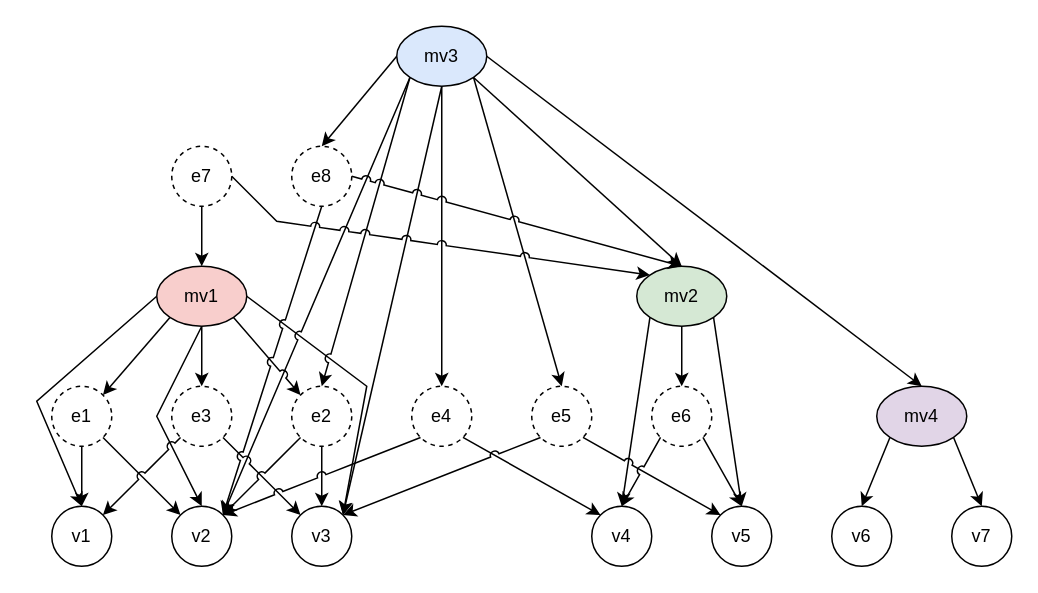
The draw.io diagram page "doli" (2 of 2) of FlattedMG_Simple.drawio in DMfananddu/MAG_Diploma, before the edit. Source tidied: cells renumbered, new cells numbered last; positions are measured from the earlier drawing's top-left corner, leaving out a move shared by most shapes. Both pictures are drawn from the tidied source at 150%, with x=0, y=0 at pixel (36, 26).
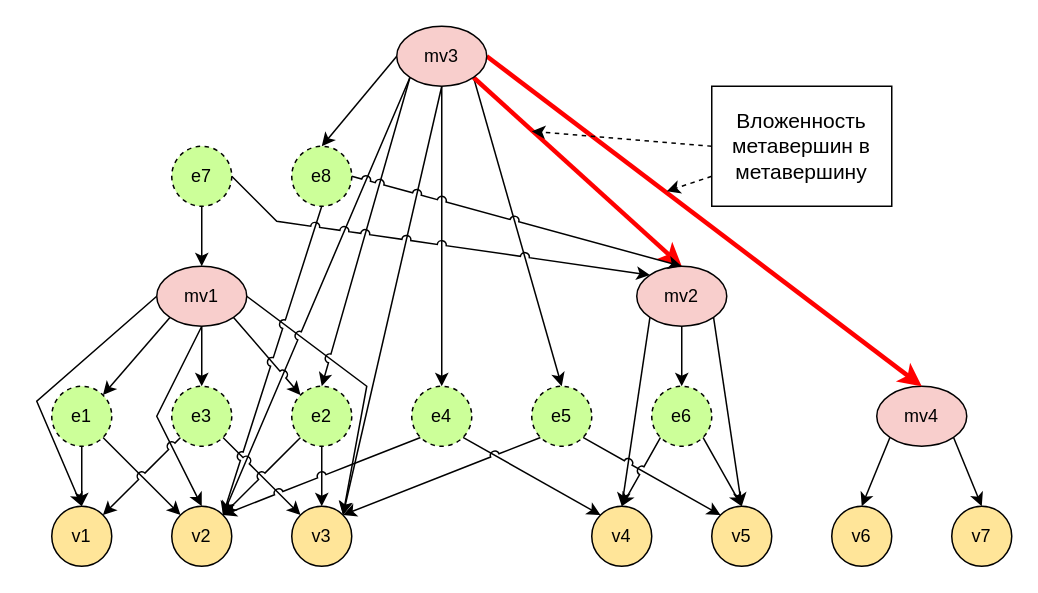
After the change.

The edit, as a diff of the source:
```diff
@@
-    <mxCell id="7" value="v1" style="ellipse;whiteSpace=wrap;html=1;fillColor=none;" parent="1" vertex="1">
+    <mxCell id="7" value="v1" style="ellipse;whiteSpace=wrap;html=1;fillColor=#FFE599;" parent="1" vertex="1">
       <mxGeometry x="10" y="320" width="40" height="40" as="geometry" />
     </mxCell>
@@
-    <mxCell id="9" value="e7" style="ellipse;whiteSpace=wrap;html=1;fillColor=none;dashed=1;" parent="1" vertex="1">
+    <mxCell id="9" value="e7" style="ellipse;whiteSpace=wrap;html=1;fillColor=#CCFF99;dashed=1;" parent="1" vertex="1">
       <mxGeometry x="90" y="80" width="40" height="40" as="geometry" />
     </mxCell>
@@
-    <mxCell id="12" value="mv4" style="ellipse;whiteSpace=wrap;html=1;fillColor=#e1d5e7;strokeColor=#000000;" parent="1" vertex="1">
+    <mxCell id="12" value="mv4" style="ellipse;whiteSpace=wrap;html=1;fillColor=#F8CECC;strokeColor=#000000;" parent="1" vertex="1">
       <mxGeometry x="560" y="240" width="60" height="40" as="geometry" />
     </mxCell>
@@
-    <mxCell id="17" style="edgeStyle=none;rounded=0;jumpStyle=arc;jettySize=auto;html=1;exitX=1;exitY=0.5;exitDx=0;exitDy=0;entryX=0.5;entryY=0;entryDx=0;entryDy=0;" parent="1" edge="1" source="20" target="12">
+    <mxCell id="17" style="edgeStyle=none;rounded=0;jumpStyle=arc;jettySize=auto;html=1;exitX=1;exitY=0.5;exitDx=0;exitDy=0;entryX=0.5;entryY=0;entryDx=0;entryDy=0;strokeWidth=3;strokeColor=#FF0000;" parent="1" edge="1" source="20" target="12">
       <mxGeometry relative="1" as="geometry" />
     </mxCell>
@@
-    <mxCell id="19" style="edgeStyle=none;rounded=0;jumpStyle=arc;jettySize=auto;html=1;exitX=1;exitY=1;exitDx=0;exitDy=0;entryX=0.5;entryY=0;entryDx=0;entryDy=0;" parent="1" edge="1" source="20" target="23">
+    <mxCell id="19" style="edgeStyle=none;rounded=0;jumpStyle=arc;jettySize=auto;html=1;exitX=1;exitY=1;exitDx=0;exitDy=0;entryX=0.5;entryY=0;entryDx=0;entryDy=0;strokeColor=#FF0000;strokeWidth=3;" parent="1" edge="1" source="20" target="23">
       <mxGeometry relative="1" as="geometry" />
     </mxCell>
-    <mxCell id="20" value="mv3" style="ellipse;whiteSpace=wrap;html=1;fillColor=#dae8fc;strokeColor=#000000;" parent="1" vertex="1">
+    <mxCell id="20" value="mv3" style="ellipse;whiteSpace=wrap;html=1;fillColor=#F8CECC;strokeColor=#000000;" parent="1" vertex="1">
       <mxGeometry x="240" width="60" height="40" as="geometry" />
     </mxCell>
@@
-    <mxCell id="23" value="mv2" style="ellipse;whiteSpace=wrap;html=1;fillColor=#d5e8d4;strokeColor=#000000;" parent="1" vertex="1">
+    <mxCell id="23" value="mv2" style="ellipse;whiteSpace=wrap;html=1;fillColor=#F8CECC;strokeColor=#000000;" parent="1" vertex="1">
       <mxGeometry x="400" y="160" width="60" height="40" as="geometry" />
     </mxCell>
@@
-    <mxCell id="28" value="mv1" style="ellipse;whiteSpace=wrap;html=1;fillColor=#f8cecc;strokeColor=#000000;" parent="1" vertex="1">
+    <mxCell id="28" value="mv1" style="ellipse;whiteSpace=wrap;html=1;fillColor=#F8CECC;strokeColor=#000000;" parent="1" vertex="1">
       <mxGeometry x="80" y="160" width="60" height="40" as="geometry" />
     </mxCell>
-    <mxCell id="29" value="v2" style="ellipse;whiteSpace=wrap;html=1;fillColor=none;" parent="1" vertex="1">
+    <mxCell id="29" value="v2" style="ellipse;whiteSpace=wrap;html=1;fillColor=#FFE599;" parent="1" vertex="1">
       <mxGeometry x="90" y="320" width="40" height="40" as="geometry" />
     </mxCell>
-    <mxCell id="30" value="v3" style="ellipse;whiteSpace=wrap;html=1;fillColor=none;" parent="1" vertex="1">
+    <mxCell id="30" value="v3" style="ellipse;whiteSpace=wrap;html=1;fillColor=#FFE599;" parent="1" vertex="1">
       <mxGeometry x="170" y="320" width="40" height="40" as="geometry" />
     </mxCell>
@@
-    <mxCell id="33" value="e1" style="ellipse;whiteSpace=wrap;html=1;fillColor=none;dashed=1;" parent="1" vertex="1">
+    <mxCell id="33" value="e1" style="ellipse;whiteSpace=wrap;html=1;fillColor=#CCFF99;dashed=1;" parent="1" vertex="1">
       <mxGeometry x="10" y="240" width="40" height="40" as="geometry" />
     </mxCell>
@@
-    <mxCell id="36" value="e3" style="ellipse;whiteSpace=wrap;html=1;fillColor=none;dashed=1;" parent="1" vertex="1">
+    <mxCell id="36" value="e3" style="ellipse;whiteSpace=wrap;html=1;fillColor=#CCFF99;dashed=1;" parent="1" vertex="1">
       <mxGeometry x="90" y="240" width="40" height="40" as="geometry" />
     </mxCell>
@@
-    <mxCell id="39" value="e2" style="ellipse;whiteSpace=wrap;html=1;fillColor=none;dashed=1;" parent="1" vertex="1">
+    <mxCell id="39" value="e2" style="ellipse;whiteSpace=wrap;html=1;fillColor=#CCFF99;dashed=1;" parent="1" vertex="1">
       <mxGeometry x="170" y="240" width="40" height="40" as="geometry" />
     </mxCell>
-    <mxCell id="40" value="v4" style="ellipse;whiteSpace=wrap;html=1;fillColor=none;" parent="1" vertex="1">
+    <mxCell id="40" value="v4" style="ellipse;whiteSpace=wrap;html=1;fillColor=#FFE599;" parent="1" vertex="1">
       <mxGeometry x="370" y="320" width="40" height="40" as="geometry" />
     </mxCell>
-    <mxCell id="41" value="v5" style="ellipse;whiteSpace=wrap;html=1;fillColor=none;" parent="1" vertex="1">
+    <mxCell id="41" value="v5" style="ellipse;whiteSpace=wrap;html=1;fillColor=#FFE599;" parent="1" vertex="1">
       <mxGeometry x="450" y="320" width="40" height="40" as="geometry" />
     </mxCell>
-    <mxCell id="42" value="v6" style="ellipse;whiteSpace=wrap;html=1;fillColor=none;" parent="1" vertex="1">
+    <mxCell id="42" value="v6" style="ellipse;whiteSpace=wrap;html=1;fillColor=#FFE599;" parent="1" vertex="1">
       <mxGeometry x="530" y="320" width="40" height="40" as="geometry" />
     </mxCell>
-    <mxCell id="43" value="v7" style="ellipse;whiteSpace=wrap;html=1;fillColor=none;" parent="1" vertex="1">
+    <mxCell id="43" value="v7" style="ellipse;whiteSpace=wrap;html=1;fillColor=#FFE599;" parent="1" vertex="1">
       <mxGeometry x="610" y="320" width="40" height="40" as="geometry" />
     </mxCell>
@@
-    <mxCell id="46" value="e6" style="ellipse;whiteSpace=wrap;html=1;fillColor=none;dashed=1;" parent="1" vertex="1">
+    <mxCell id="46" value="e6" style="ellipse;whiteSpace=wrap;html=1;fillColor=#CCFF99;dashed=1;" parent="1" vertex="1">
       <mxGeometry x="410" y="240" width="40" height="40" as="geometry" />
     </mxCell>
@@
-    <mxCell id="49" value="e8" style="ellipse;whiteSpace=wrap;html=1;fillColor=none;dashed=1;" parent="1" vertex="1">
+    <mxCell id="49" value="e8" style="ellipse;whiteSpace=wrap;html=1;fillColor=#CCFF99;dashed=1;" parent="1" vertex="1">
       <mxGeometry x="170" y="80" width="40" height="40" as="geometry" />
     </mxCell>
@@
-    <mxCell id="52" value="e4" style="ellipse;whiteSpace=wrap;html=1;fillColor=none;dashed=1;" parent="1" vertex="1">
+    <mxCell id="52" value="e4" style="ellipse;whiteSpace=wrap;html=1;fillColor=#CCFF99;dashed=1;" parent="1" vertex="1">
       <mxGeometry x="250" y="240" width="40" height="40" as="geometry" />
     </mxCell>
@@
-    <mxCell id="54" value="e5" style="ellipse;whiteSpace=wrap;html=1;fillColor=none;dashed=1;" parent="1" vertex="1">
+    <mxCell id="54" value="e5" style="ellipse;whiteSpace=wrap;html=1;fillColor=#CCFF99;dashed=1;" parent="1" vertex="1">
       <mxGeometry x="330" y="240" width="40" height="40" as="geometry" />
     </mxCell>
@@
+    <mxCell id="56" style="rounded=0;jettySize=auto;html=1;exitX=0;exitY=0.5;exitDx=0;exitDy=0;strokeColor=#000000;strokeWidth=1;dashed=1;" parent="1" edge="1" source="58">
+      <mxGeometry relative="1" as="geometry">
+        <mxPoint x="330" y="70" as="targetPoint" />
+      </mxGeometry>
+    </mxCell>
+    <mxCell id="57" style="edgeStyle=none;rounded=0;jettySize=auto;html=1;exitX=0;exitY=0.75;exitDx=0;exitDy=0;strokeColor=#000000;strokeWidth=1;dashed=1;" parent="1" edge="1" source="58">
+      <mxGeometry relative="1" as="geometry">
+        <mxPoint x="420" y="110" as="targetPoint" />
+      </mxGeometry>
+    </mxCell>
+    <mxCell id="58" value="Вложенность метавершин в метавершину" style="text;html=1;strokeColor=default;fillColor=none;align=center;verticalAlign=middle;whiteSpace=wrap;rounded=0;fontSize=14;" parent="1" vertex="1">
+      <mxGeometry x="450" y="40" width="120" height="80" as="geometry" />
+    </mxCell>
```
